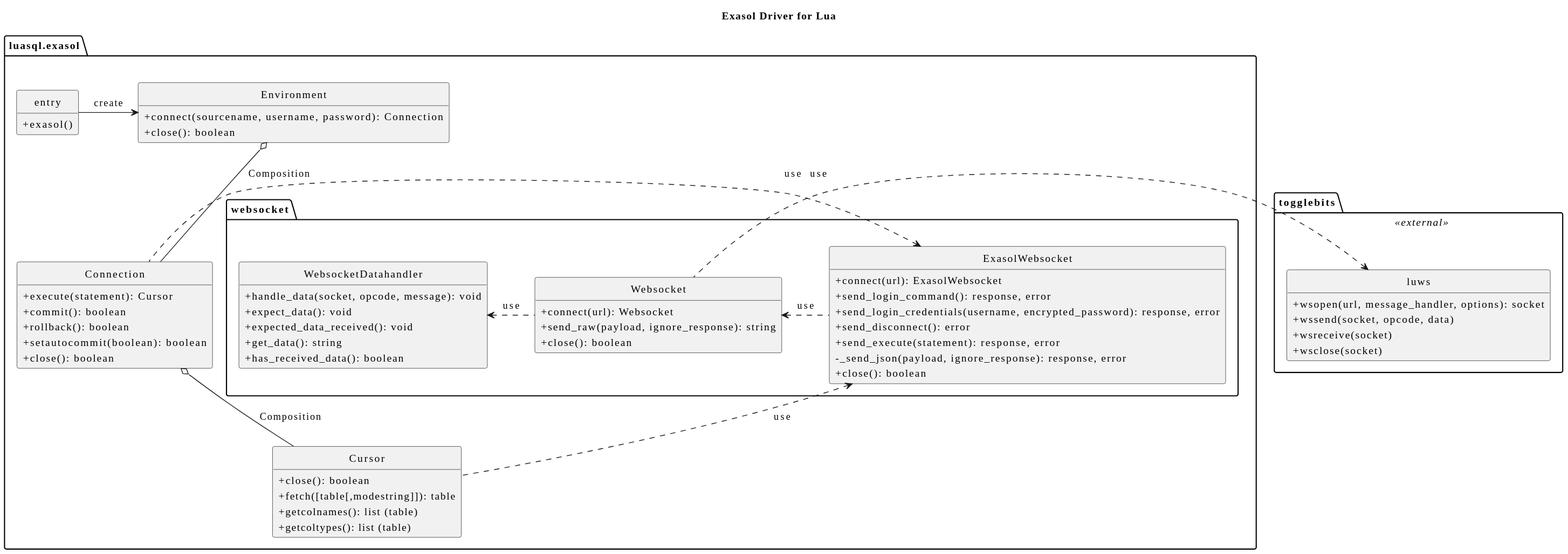
This is doc/images/generated/cl_exasol_driver_lua.svg from exasol/exasol-driver-lua, a PlantUML export, as it was before one commit.
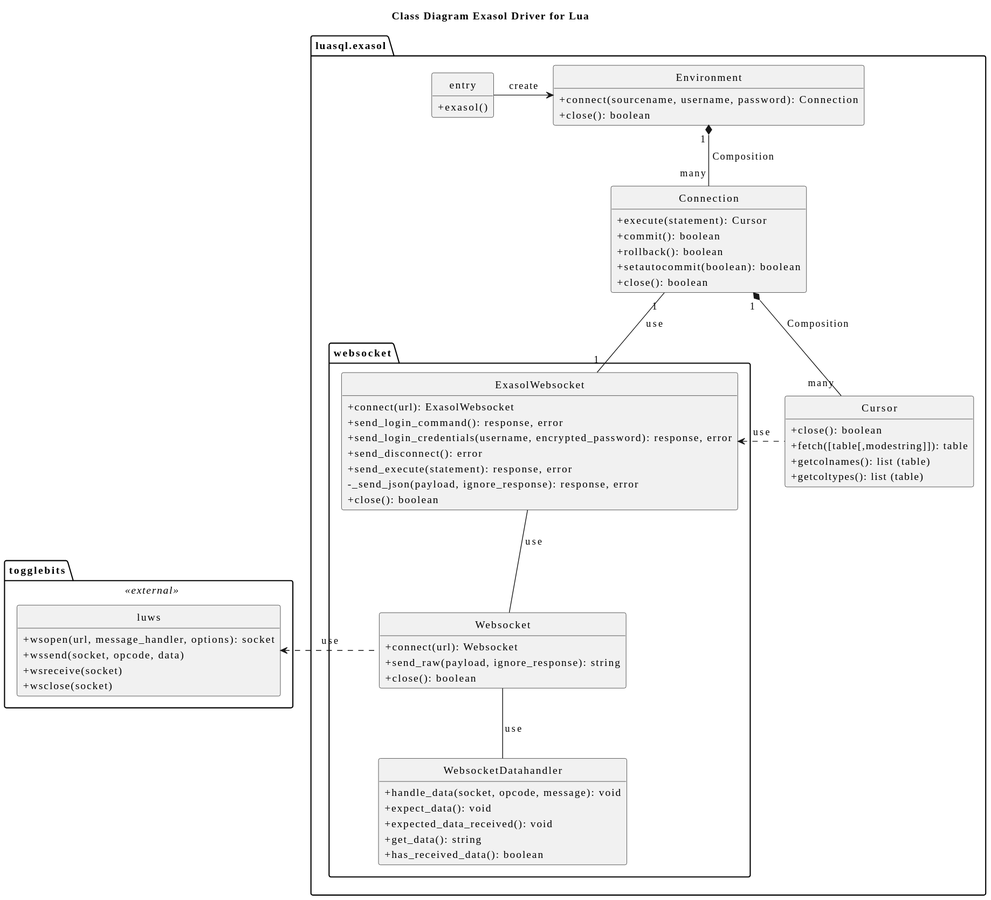
The same file after the commit.

Diff of the diagram source:
```diff
@@ -1,7 +1,7 @@
 @startuml cl_exasol_driver_lua
 !include ../clean.skin
 
-title: Exasol Driver for Lua
+title: Class Diagram Exasol Driver for Lua
 
 package luasql.exasol {
     class entry {
@@ -46,9 +46,9 @@
             +get_data(): string
             +has_received_data(): boolean
         }
-        ExasolWebsocket .l.> Websocket : use
+        ExasolWebsocket -- Websocket : use
         Websocket .l.> togglebits.luws : use
-        Websocket .l.> WebsocketDatahandler : use
+        Websocket -- WebsocketDatahandler : use
     }
 }
 package togglebits <<external>> {
@@ -60,9 +60,9 @@
     }
 }
 entry -> Environment : create
-Environment o-- Connection : +Composition
-Connection o-- Cursor : +Composition
-Connection .l.> ExasolWebsocket : use
+Environment "1" *-- "many" Connection : +Composition
+Connection "1" *-- "many" Cursor : +Composition
+Connection "1" -- "1" ExasolWebsocket : use
 Cursor .l.> ExasolWebsocket : use
 
 url of togglebits is [[https://github.com/toggledbits/LuWS]]
```
